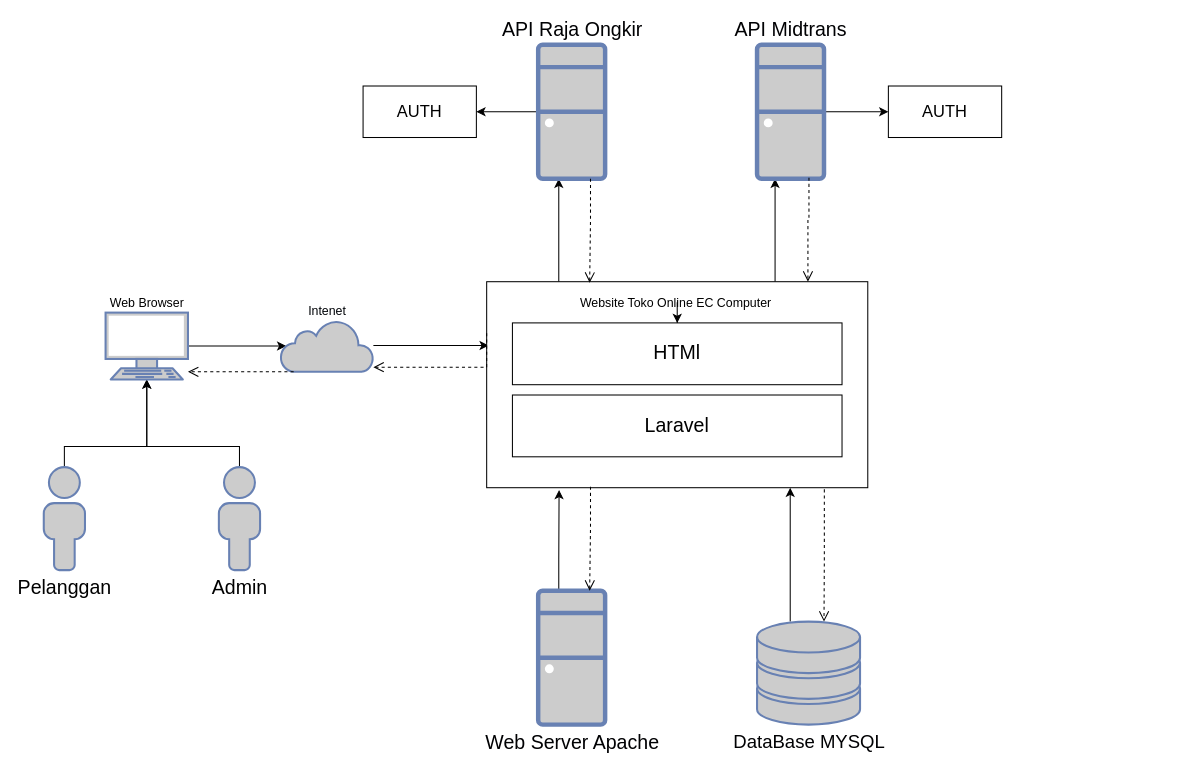
Before: page "Page-13" (13 of 13) of sequence.drawio in ThikerXCX/umltoko, a draw.io diagram. Source tidied: cells renumbered, new cells numbered last; positions are measured from the earlier drawing's top-left corner, leaving out a move shared by most shapes. Both pictures are drawn from the tidied source at 103%, with x=0, y=0 at pixel (43, 44).
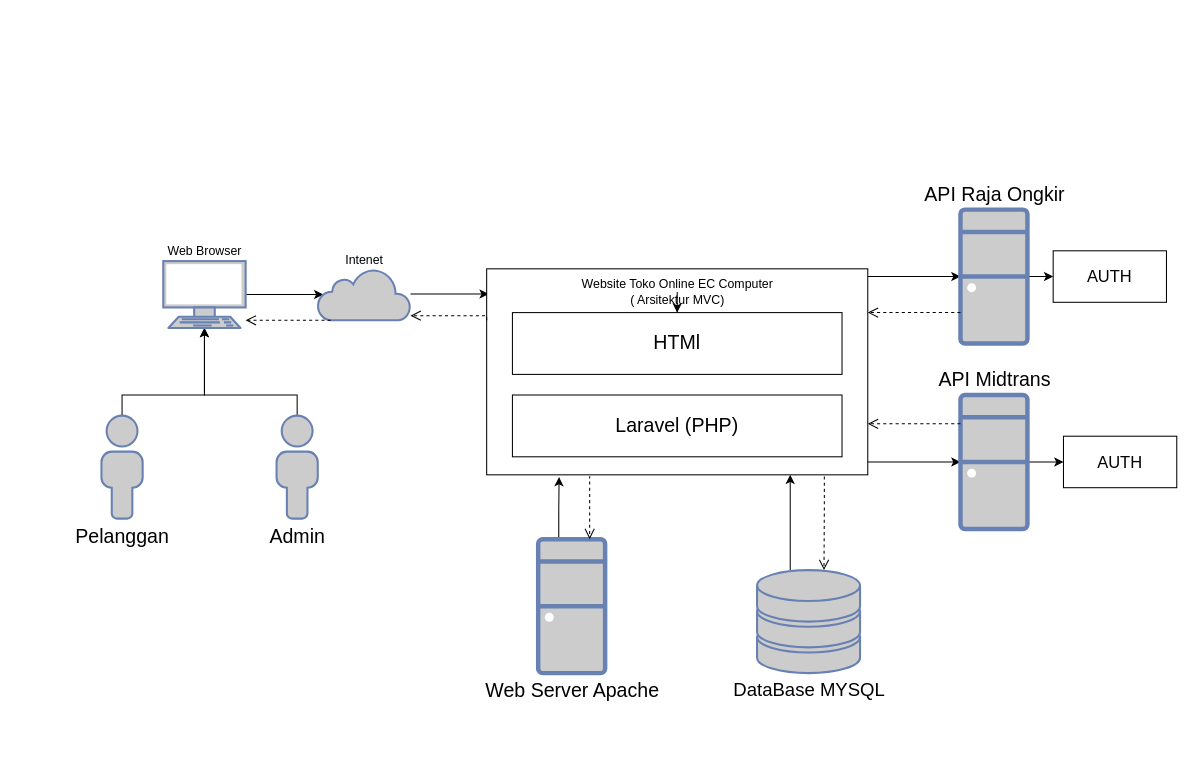
The same diagram, later.

Change to the diagram source:
```diff
@@
     <mxCell id="2" style="edgeStyle=orthogonalEdgeStyle;rounded=0;jettySize=auto;html=1;entryX=0.5;entryY=1;entryDx=0;entryDy=0;entryPerimeter=0;" parent="1" edge="1" source="3" target="7">
       <mxGeometry relative="1" as="geometry">
         <Array as="points">
-          <mxPoint x="190" y="390" />
-          <mxPoint x="100" y="390" />
+          <mxPoint x="246" y="340" />
+          <mxPoint x="156" y="340" />
         </Array>
       </mxGeometry>
     </mxCell>
     <mxCell id="3" value="Admin" style="fontColor=#000000;verticalAlign=top;verticalLabelPosition=bottom;labelPosition=center;align=center;html=1;outlineConnect=0;fillColor=#CCCCCC;strokeColor=#6881B3;gradientColor=none;gradientDirection=north;strokeWidth=2;shape=mxgraph.networks.user_male;fontSize=19;" parent="1" vertex="1">
-      <mxGeometry x="170" y="410" width="40" height="100" as="geometry" />
+      <mxGeometry x="226" y="360" width="40" height="100" as="geometry" />
     </mxCell>
     <mxCell id="4" style="edgeStyle=orthogonalEdgeStyle;rounded=0;jettySize=auto;html=1;entryX=0.5;entryY=1;entryDx=0;entryDy=0;entryPerimeter=0;" parent="1" edge="1" source="5" target="7">
       <mxGeometry relative="1" as="geometry">
         <Array as="points">
-          <mxPoint x="20" y="390" />
-          <mxPoint x="100" y="390" />
+          <mxPoint x="76" y="340" />
+          <mxPoint x="156" y="340" />
         </Array>
       </mxGeometry>
     </mxCell>
     <mxCell id="5" value="Pelanggan" style="fontColor=#000000;verticalAlign=top;verticalLabelPosition=bottom;labelPosition=center;align=center;html=1;outlineConnect=0;fillColor=#CCCCCC;strokeColor=#6881B3;gradientColor=none;gradientDirection=north;strokeWidth=2;shape=mxgraph.networks.user_male;fontSize=19;" parent="1" vertex="1">
-      <mxGeometry y="410" width="40" height="100" as="geometry" />
+      <mxGeometry x="56" y="360" width="40" height="100" as="geometry" />
     </mxCell>
@@
     <mxCell id="7" value="Web Browser" style="fontColor=#000000;verticalAlign=bottom;verticalLabelPosition=top;labelPosition=center;align=center;html=1;outlineConnect=0;fillColor=#CCCCCC;strokeColor=#6881B3;gradientColor=none;gradientDirection=north;strokeWidth=2;shape=mxgraph.networks.terminal;" parent="1" vertex="1">
-      <mxGeometry x="60" y="260" width="80" height="65" as="geometry" />
+      <mxGeometry x="116" y="210" width="80" height="65" as="geometry" />
     </mxCell>
     <mxCell id="8" style="edgeStyle=orthogonalEdgeStyle;rounded=0;jettySize=auto;html=1;" parent="1" edge="1" source="9">
       <mxGeometry relative="1" as="geometry">
-        <mxPoint x="432" y="292" as="targetPoint" />
+        <mxPoint x="432" y="242" as="targetPoint" />
       </mxGeometry>
     </mxCell>
     <mxCell id="9" value="Intenet" style="html=1;outlineConnect=0;fillColor=#CCCCCC;strokeColor=#6881B3;gradientColor=none;gradientDirection=north;strokeWidth=2;shape=mxgraph.networks.cloud;fontColor=#000408;labelPosition=center;verticalLabelPosition=top;align=center;verticalAlign=bottom;" parent="1" vertex="1">
-      <mxGeometry x="230" y="267.5" width="90" height="50" as="geometry" />
+      <mxGeometry x="266" y="217.5" width="90" height="50" as="geometry" />
     </mxCell>
     <mxCell id="10" style="edgeStyle=orthogonalEdgeStyle;rounded=0;jettySize=auto;html=1;" parent="1" edge="1" source="12" target="22">
       <mxGeometry relative="1" as="geometry">
         <Array as="points">
-          <mxPoint x="500" y="180" />
-          <mxPoint x="500" y="180" />
+          <mxPoint x="820" y="225" />
+          <mxPoint x="820" y="225" />
         </Array>
       </mxGeometry>
     </mxCell>
     <mxCell id="11" style="edgeStyle=orthogonalEdgeStyle;rounded=0;jettySize=auto;html=1;" parent="1" edge="1" source="12" target="24">
       <mxGeometry relative="1" as="geometry">
         <Array as="points">
-          <mxPoint x="710" y="180" />
-          <mxPoint x="710" y="180" />
+          <mxPoint x="830" y="405" />
+          <mxPoint x="830" y="405" />
         </Array>
       </mxGeometry>
     </mxCell>
     <mxCell id="12" style="rounded=0;whiteSpace=wrap;html=1;labelPosition=center;verticalLabelPosition=middle;align=center;verticalAlign=middle;" parent="1" vertex="1">
-      <mxGeometry x="430" y="230" width="370" height="200" as="geometry" />
+      <mxGeometry x="430" y="217.5" width="370" height="200" as="geometry" />
     </mxCell>
@@
-    <mxCell id="14" value="Website Toko Online EC Computer&amp;nbsp;" style="text;html=1;align=center;verticalAlign=middle;points=[];strokeColor=none;fillColor=none;" parent="1" vertex="1">
-      <mxGeometry x="510" y="236" width="210" height="30" as="geometry" />
+    <mxCell id="14" value="Website Toko Online EC Computer &lt;br&gt;( Arsitektur MVC)" style="text;html=1;align=center;verticalAlign=middle;points=[];strokeColor=none;fillColor=none;" parent="1" vertex="1">
+      <mxGeometry x="510" y="220" width="210" height="40" as="geometry" />
     </mxCell>
     <mxCell id="15" value="&lt;font style=&quot;font-size: 19px;&quot;&gt;HTMl&lt;/font&gt;" style="rounded=0;whiteSpace=wrap;html=1;" parent="1" vertex="1">
-      <mxGeometry x="455" y="270" width="320" height="60" as="geometry" />
+      <mxGeometry x="455" y="260" width="320" height="60" as="geometry" />
     </mxCell>
-    <mxCell id="16" value="&lt;font style=&quot;font-size: 19px;&quot;&gt;Laravel&lt;/font&gt;" style="rounded=0;whiteSpace=wrap;html=1;" parent="1" vertex="1">
+    <mxCell id="16" value="&lt;font style=&quot;font-size: 19px;&quot;&gt;Laravel (PHP)&lt;/font&gt;" style="rounded=0;whiteSpace=wrap;html=1;" parent="1" vertex="1">
       <mxGeometry x="455" y="340" width="320" height="60" as="geometry" />
     </mxCell>
     <mxCell id="17" style="edgeStyle=orthogonalEdgeStyle;rounded=0;jettySize=auto;html=1;entryX=0.19;entryY=1.011;entryDx=0;entryDy=0;entryPerimeter=0;" parent="1" edge="1" source="18" target="12">
       <mxGeometry relative="1" as="geometry">
         <Array as="points">
-          <mxPoint x="500" y="500" />
-          <mxPoint x="500" y="500" />
+          <mxPoint x="500" y="450" />
+          <mxPoint x="500" y="450" />
         </Array>
       </mxGeometry>
     </mxCell>
     <mxCell id="18" value="&lt;font style=&quot;font-size: 19px;&quot;&gt;Web Server Apache&lt;/font&gt;" style="fontColor=#000103;verticalAlign=top;verticalLabelPosition=bottom;labelPosition=center;align=center;html=1;outlineConnect=0;fillColor=#CCCCCC;strokeColor=#6881B3;gradientColor=none;gradientDirection=north;strokeWidth=2;shape=mxgraph.networks.desktop_pc;" parent="1" vertex="1">
-      <mxGeometry x="480" y="530" width="65" height="130" as="geometry" />
+      <mxGeometry x="480" y="480" width="65" height="130" as="geometry" />
     </mxCell>
     <mxCell id="19" style="edgeStyle=orthogonalEdgeStyle;rounded=0;jettySize=auto;html=1;" parent="1" edge="1" target="12">
       <mxGeometry relative="1" as="geometry">
-        <mxPoint x="724.7" y="560" as="sourcePoint" />
+        <mxPoint x="724.7" y="510" as="sourcePoint" />
         <Array as="points">
-          <mxPoint x="725" y="460" />
-          <mxPoint x="725" y="460" />
+          <mxPoint x="725" y="410" />
+          <mxPoint x="725" y="410" />
         </Array>
       </mxGeometry>
     </mxCell>
     <mxCell id="20" value="&lt;font style=&quot;font-size: 18px;&quot;&gt;DataBase MYSQL&lt;/font&gt;" style="fontColor=#000103;verticalAlign=top;verticalLabelPosition=bottom;labelPosition=center;align=center;html=1;fillColor=#CCCCCC;strokeColor=#6881B3;gradientColor=none;gradientDirection=north;strokeWidth=2;shape=mxgraph.networks.storage;" parent="1" vertex="1">
-      <mxGeometry x="692.5" y="560" width="100" height="100" as="geometry" />
+      <mxGeometry x="692.5" y="510" width="100" height="100" as="geometry" />
     </mxCell>
@@
     <mxCell id="22" value="&lt;span style=&quot;font-size: 19px;&quot;&gt;API Raja Ongkir&lt;/span&gt;" style="fontColor=#000103;verticalAlign=bottom;verticalLabelPosition=top;labelPosition=center;align=center;html=1;outlineConnect=0;fillColor=#CCCCCC;strokeColor=#6881B3;gradientColor=none;gradientDirection=north;strokeWidth=2;shape=mxgraph.networks.desktop_pc;" parent="1" vertex="1">
-      <mxGeometry x="480" width="65" height="130" as="geometry" />
+      <mxGeometry x="890" y="160" width="65" height="130" as="geometry" />
     </mxCell>
@@
     <mxCell id="24" value="&lt;font style=&quot;font-size: 19px;&quot;&gt;API Midtrans&lt;/font&gt;" style="fontColor=#000103;verticalAlign=bottom;verticalLabelPosition=top;labelPosition=center;align=center;html=1;outlineConnect=0;fillColor=#CCCCCC;strokeColor=#6881B3;gradientColor=none;gradientDirection=north;strokeWidth=2;shape=mxgraph.networks.desktop_pc;" parent="1" vertex="1">
-      <mxGeometry x="692.5" width="65" height="130" as="geometry" />
+      <mxGeometry x="890" y="340" width="65" height="130" as="geometry" />
     </mxCell>
     <mxCell id="25" style="html=1;verticalAlign=bottom;endArrow=open;dashed=1;endSize=8;edgeStyle=elbowEdgeStyle;elbow=vertical;curved=0;rounded=0;exitX=0;exitY=0.25;exitDx=0;exitDy=0;" parent="1" edge="1" source="12" target="9">
       <mxGeometry relative="1" as="geometry">
         <Array as="points">
-          <mxPoint x="370" y="313" />
+          <mxPoint x="370" y="263" />
         </Array>
       </mxGeometry>
     </mxCell>
     <mxCell id="26" style="html=1;verticalAlign=bottom;endArrow=open;dashed=1;endSize=8;edgeStyle=elbowEdgeStyle;elbow=vertical;curved=0;rounded=0;exitX=0.14;exitY=1;exitDx=0;exitDy=0;exitPerimeter=0;" parent="1" edge="1" source="9" target="7">
       <mxGeometry x="0.25" relative="1" as="geometry">
         <Array as="points">
-          <mxPoint x="190" y="317.5" />
+          <mxPoint x="246" y="267.5" />
         </Array>
       </mxGeometry>
     </mxCell>
-    <mxCell id="27" style="html=1;verticalAlign=bottom;endArrow=open;dashed=1;endSize=8;edgeStyle=elbowEdgeStyle;elbow=vertical;curved=0;rounded=0;entryX=0.241;entryY=0.005;entryDx=0;entryDy=0;entryPerimeter=0;" parent="1" edge="1">
-      <mxGeometry x="0.25" relative="1" as="geometry">
-        <mxPoint x="530.8" y="130" as="sourcePoint" />
-        <mxPoint x="530" y="231" as="targetPoint" />
-        <Array as="points">
-          <mxPoint x="530.8" y="170" />
-        </Array>
-      </mxGeometry>
-    </mxCell>
-    <mxCell id="28" style="html=1;verticalAlign=bottom;endArrow=open;dashed=1;endSize=8;edgeStyle=elbowEdgeStyle;elbow=vertical;curved=0;rounded=0;entryX=0.241;entryY=0.005;entryDx=0;entryDy=0;entryPerimeter=0;" parent="1" edge="1">
-      <mxGeometry x="0.25" relative="1" as="geometry">
-        <mxPoint x="742.9" y="129" as="sourcePoint" />
-        <mxPoint x="741.9" y="230" as="targetPoint" />
-        <Array as="points">
-          <mxPoint x="742.9" y="169" />
-        </Array>
-      </mxGeometry>
-    </mxCell>
     <mxCell id="29" value="AUTH" style="html=1;whiteSpace=wrap;fontSize=16;" parent="1" vertex="1">
-      <mxGeometry x="310" y="40" width="110" height="50" as="geometry" />
+      <mxGeometry x="980" y="200" width="110" height="50" as="geometry" />
     </mxCell>
     <mxCell id="30" value="AUTH" style="html=1;whiteSpace=wrap;fontSize=16;" parent="1" vertex="1">
-      <mxGeometry x="820" y="40" width="110" height="50" as="geometry" />
+      <mxGeometry x="990" y="380" width="110" height="50" as="geometry" />
     </mxCell>
     <mxCell id="31" style="html=1;verticalAlign=bottom;endArrow=open;dashed=1;endSize=8;edgeStyle=elbowEdgeStyle;elbow=vertical;curved=0;rounded=0;entryX=0.241;entryY=0.005;entryDx=0;entryDy=0;entryPerimeter=0;" parent="1" edge="1">
       <mxGeometry x="0.25" relative="1" as="geometry">
-        <mxPoint x="530.8" y="429" as="sourcePoint" />
-        <mxPoint x="530" y="530" as="targetPoint" />
+        <mxPoint x="530" y="420" as="sourcePoint" />
+        <mxPoint x="530" y="480" as="targetPoint" />
         <Array as="points">
-          <mxPoint x="530.8" y="469" />
+          <mxPoint x="530.8" y="419" />
         </Array>
       </mxGeometry>
     </mxCell>
     <mxCell id="32" style="html=1;verticalAlign=bottom;endArrow=open;dashed=1;endSize=8;edgeStyle=elbowEdgeStyle;elbow=vertical;curved=0;rounded=0;entryX=0.241;entryY=0.005;entryDx=0;entryDy=0;entryPerimeter=0;exitX=0.886;exitY=1.008;exitDx=0;exitDy=0;exitPerimeter=0;" parent="1" edge="1" source="12">
       <mxGeometry x="0.25" relative="1" as="geometry">
-        <mxPoint x="757.5" y="560" as="targetPoint" />
+        <mxPoint x="757.5" y="510" as="targetPoint" />
         <Array as="points">
-          <mxPoint x="758.3" y="499" />
+          <mxPoint x="758.3" y="449" />
         </Array>
       </mxGeometry>
     </mxCell>
+    <mxCell id="33" style="html=1;verticalAlign=bottom;endArrow=open;dashed=1;endSize=8;edgeStyle=elbowEdgeStyle;elbow=vertical;curved=0;rounded=0;entryX=1;entryY=0.75;entryDx=0;entryDy=0;" parent="1" edge="1" source="24" target="12">
+      <mxGeometry x="0.25" relative="1" as="geometry" />
+    </mxCell>
+    <mxCell id="34" style="html=1;verticalAlign=bottom;endArrow=open;dashed=1;endSize=8;edgeStyle=elbowEdgeStyle;elbow=vertical;curved=0;rounded=0;" parent="1" edge="1">
+      <mxGeometry x="0.25" relative="1" as="geometry">
+        <mxPoint x="890" y="260" as="sourcePoint" />
+        <mxPoint x="800" y="260" as="targetPoint" />
+      </mxGeometry>
+    </mxCell>
```
